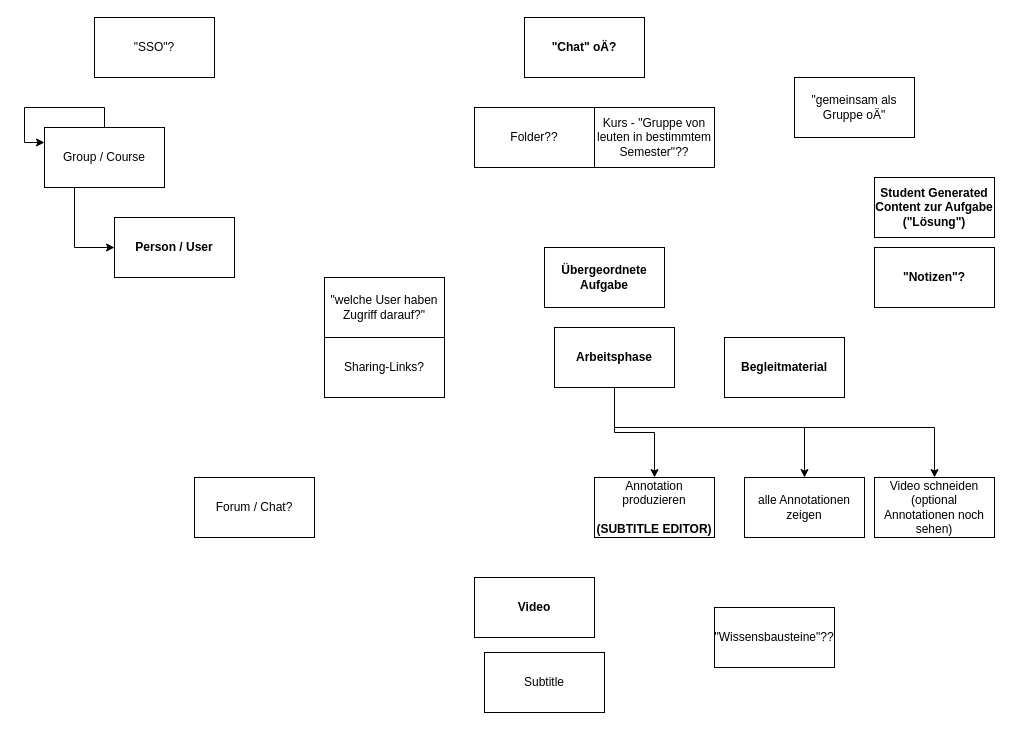
sandstorm/degree50-code keeps this draw.io diagram as documentation/rfcs/components.drawio. Above is the earlier version. Source tidied: cells renumbered, new cells numbered last; positions are measured from the earlier drawing's top-left corner, leaving out a move shared by most shapes. Both pictures are drawn from the tidied source at 100%, with x=0, y=0 at pixel (24, 17).
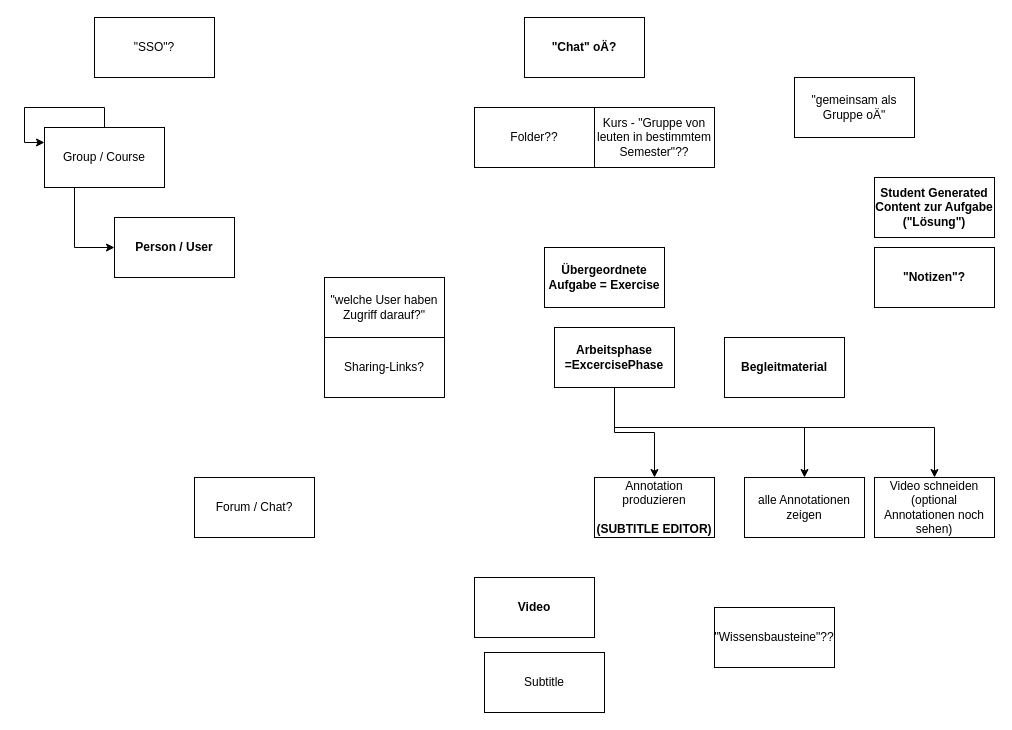
The same diagram, later.

The edit, as a diff of the source:
```diff
@@
-    <mxCell id="2" value="Übergeordnete Aufgabe" style="rounded=0;whiteSpace=wrap;html=1;fontStyle=1;" parent="1" vertex="1">
+    <mxCell id="2" value="Übergeordnete Aufgabe = Exercise" style="rounded=0;whiteSpace=wrap;html=1;fontStyle=1;" parent="1" vertex="1">
       <mxGeometry x="520" y="230" width="120" height="60" as="geometry" />
     </mxCell>
@@
-    <mxCell id="24" value="Arbeitsphase" style="rounded=0;whiteSpace=wrap;html=1;fontStyle=1;" parent="1" vertex="1">
+    <mxCell id="24" value="Arbeitsphase&lt;br&gt;=ExcercisePhase" style="rounded=0;whiteSpace=wrap;html=1;fontStyle=1;" parent="1" vertex="1">
       <mxGeometry x="530" y="310" width="120" height="60" as="geometry" />
     </mxCell>
```
